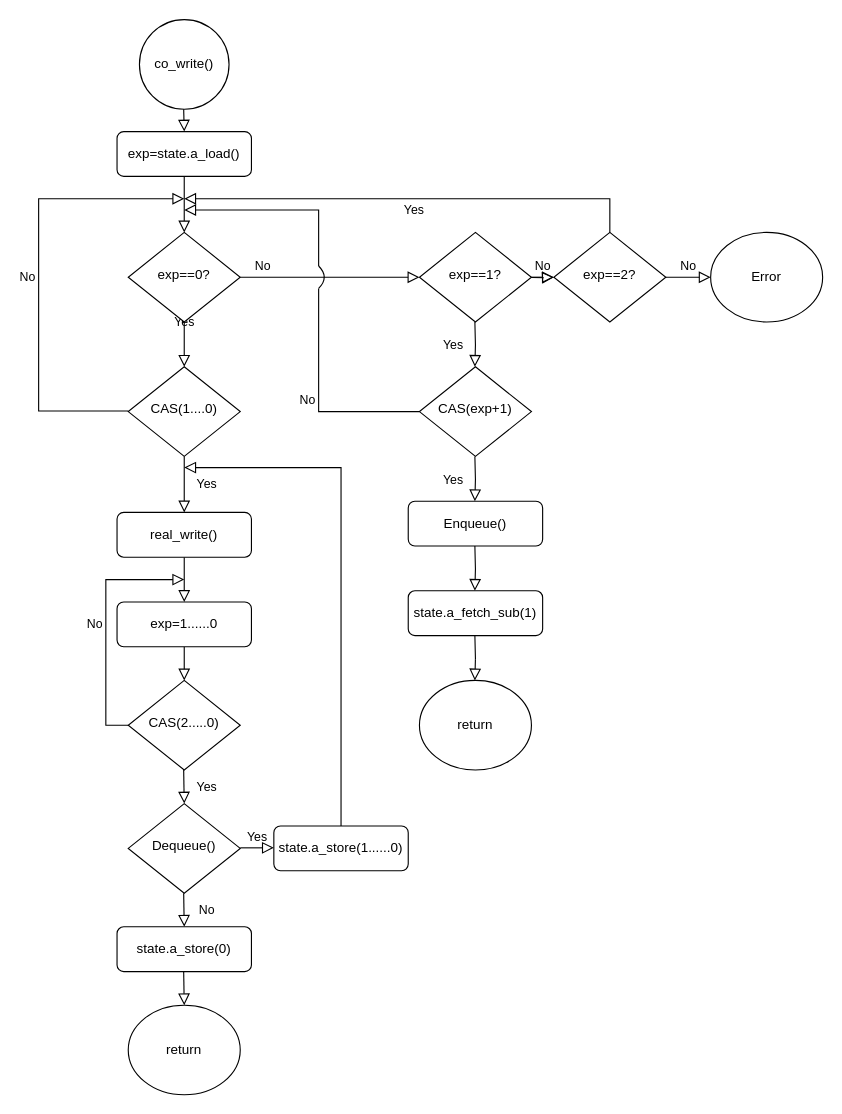
The draw.io diagram Diagram.drawio in 17pigfarmer/Test, before the edit. Source tidied: cells renumbered, new cells numbered last; positions are measured from the earlier drawing's top-left corner, leaving out a move shared by most shapes. Both pictures are drawn from the tidied source at 112%, with x=0, y=0 at pixel (38, 19).
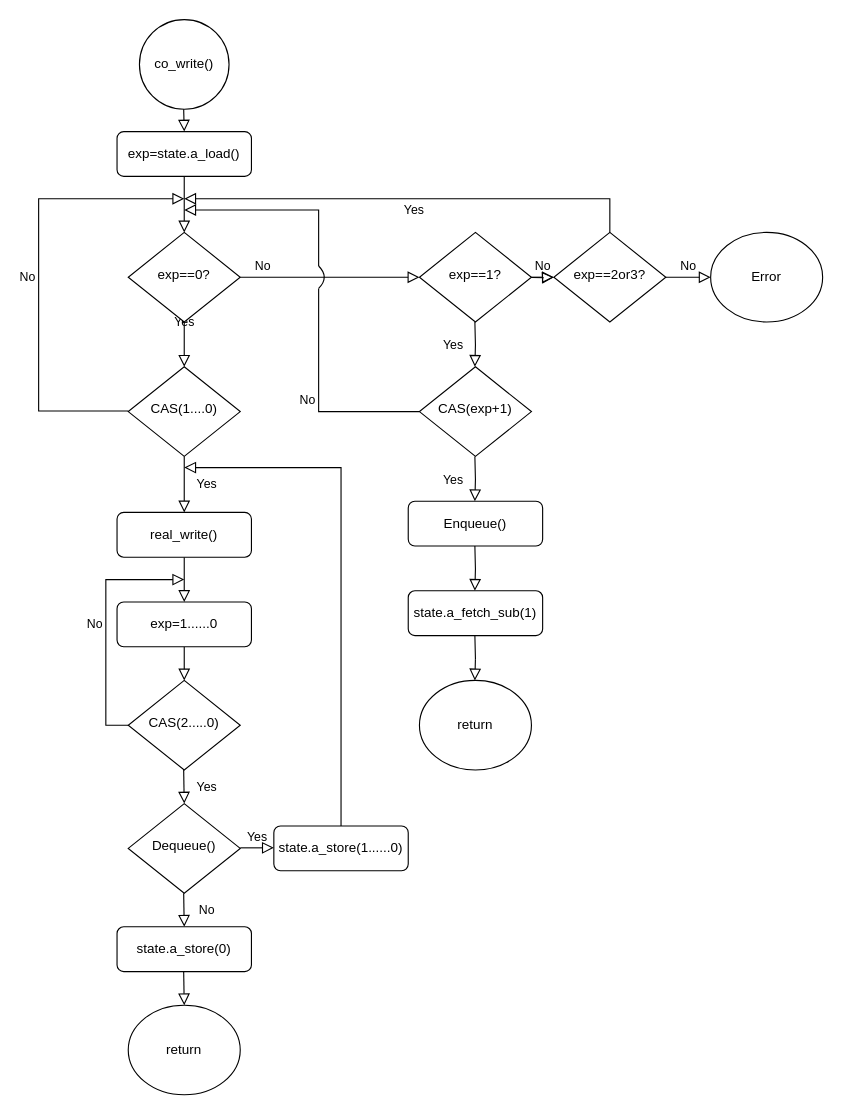
Above is the later version.

Diff of the diagram source:
```diff
@@
-    <mxCell id="10" value="exp==2?" style="rhombus;whiteSpace=wrap;html=1;shadow=0;fontFamily=Helvetica;fontSize=12;align=center;strokeWidth=1;spacing=6;spacingTop=-4;" parent="1" vertex="1">
+    <mxCell id="10" value="exp==2or3?" style="rhombus;whiteSpace=wrap;html=1;shadow=0;fontFamily=Helvetica;fontSize=12;align=center;strokeWidth=1;spacing=6;spacingTop=-4;" parent="1" vertex="1">
       <mxGeometry x="460" y="190" width="100" height="80" as="geometry" />
     </mxCell>
```
